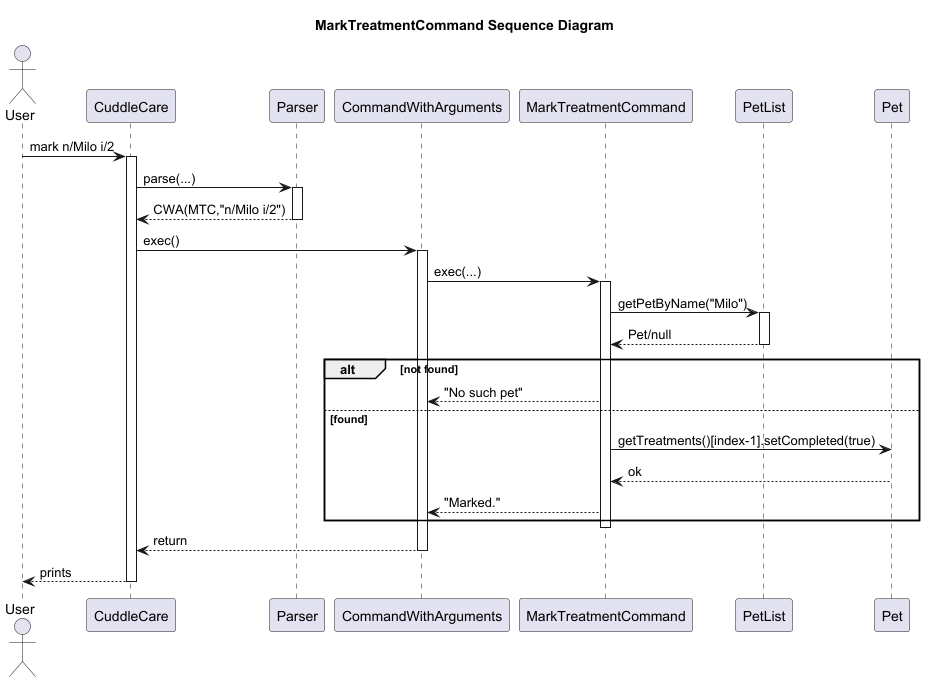
Above: docs/diagrams/MarkTreatmentCommand_Sequence_Diagram.png in Kevin88866/tp (PlantUML), before the change. The source it was exported from:
```plantuml
@startuml
title MarkTreatmentCommand Sequence Diagram
actor User
participant CuddleCare
participant Parser
participant CommandWithArguments as CWA
participant MarkTreatmentCommand as MTC
participant PetList
participant Pet

User -> CuddleCare : mark n/Milo i/2
activate CuddleCare
CuddleCare -> Parser : parse(...)
activate Parser
Parser --> CuddleCare : CWA(MTC,"n/Milo i/2")
deactivate Parser

CuddleCare -> CWA : exec()
activate CWA
CWA -> MTC : exec(...)
activate MTC
MTC -> PetList : getPetByName("Milo")
activate PetList
PetList --> MTC : Pet/null
deactivate PetList

alt not found
  MTC --> CWA : "No such pet"
else found
  MTC -> Pet : getTreatments()[index-1].setCompleted(true)
  Pet --> MTC : ok
  MTC --> CWA : "Marked."
end
deactivate MTC
CWA --> CuddleCare : return
deactivate CWA
CuddleCare --> User : prints
deactivate CuddleCare
@enduml
```
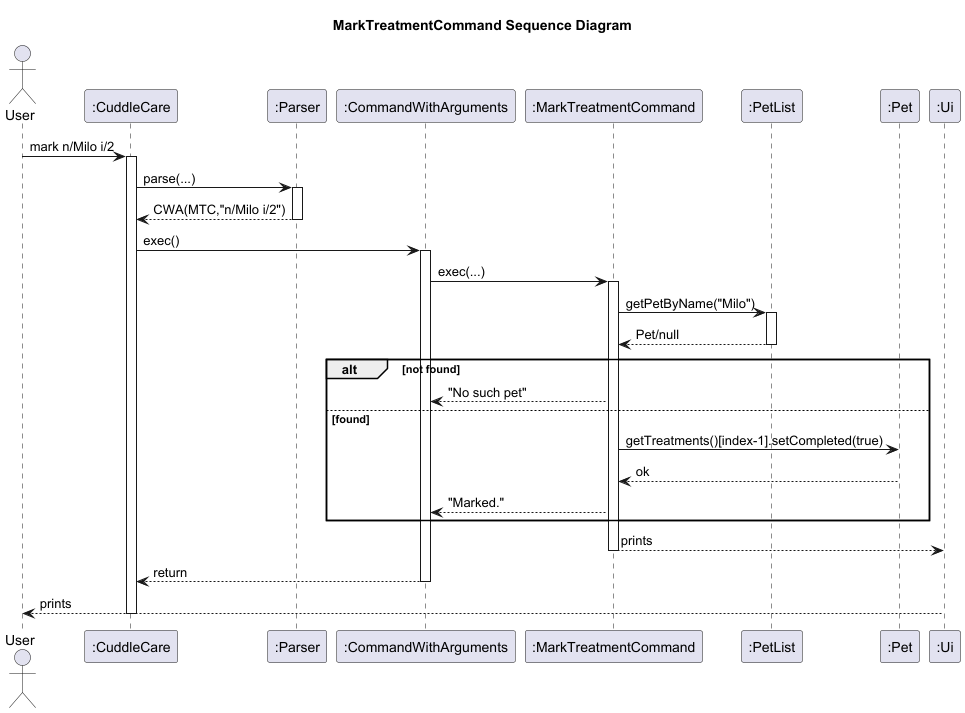
After the commit.

The edit, as a diff of the source:
```diff
@@ -1,12 +1,13 @@
 @startuml
 title MarkTreatmentCommand Sequence Diagram
 actor User
-participant CuddleCare
-participant Parser
-participant CommandWithArguments as CWA
-participant MarkTreatmentCommand as MTC
-participant PetList
-participant Pet
+participant ":CuddleCare" as CuddleCare
+participant ":Parser" as Parser
+participant ":CommandWithArguments" as CWA
+participant ":MarkTreatmentCommand" as MTC
+participant ":PetList" as PetList
+participant ":Pet" as Pet
+participant ":Ui" as Ui
 
 User -> CuddleCare : mark n/Milo i/2
 activate CuddleCare
@@ -31,9 +32,10 @@
   Pet --> MTC : ok
   MTC --> CWA : "Marked."
 end
+  MTC --> Ui : prints
 deactivate MTC
 CWA --> CuddleCare : return
 deactivate CWA
-CuddleCare --> User : prints
+Ui --> User : prints
 deactivate CuddleCare
 @enduml
```
